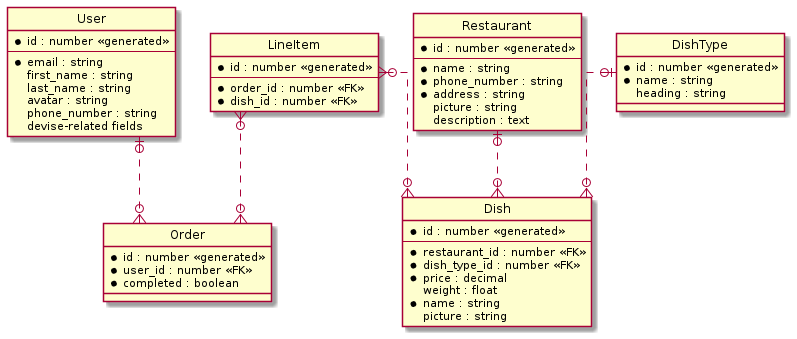
The PlantUML diagram diagrams/database.png in bozhenaboichuk/Lunch, before a commit.
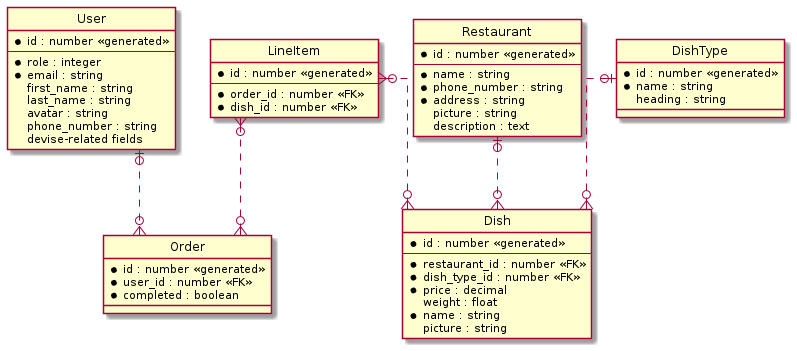
The same file after the commit.

Commit message:
Update database diagram

The edit, as a diff of the source:
```diff
@@ -7,6 +7,7 @@
 entity User {
 	* id : number <<generated>>
 	--
+	* role : integer
 	* email : string
 	first_name : string
 	last_name : string
```
